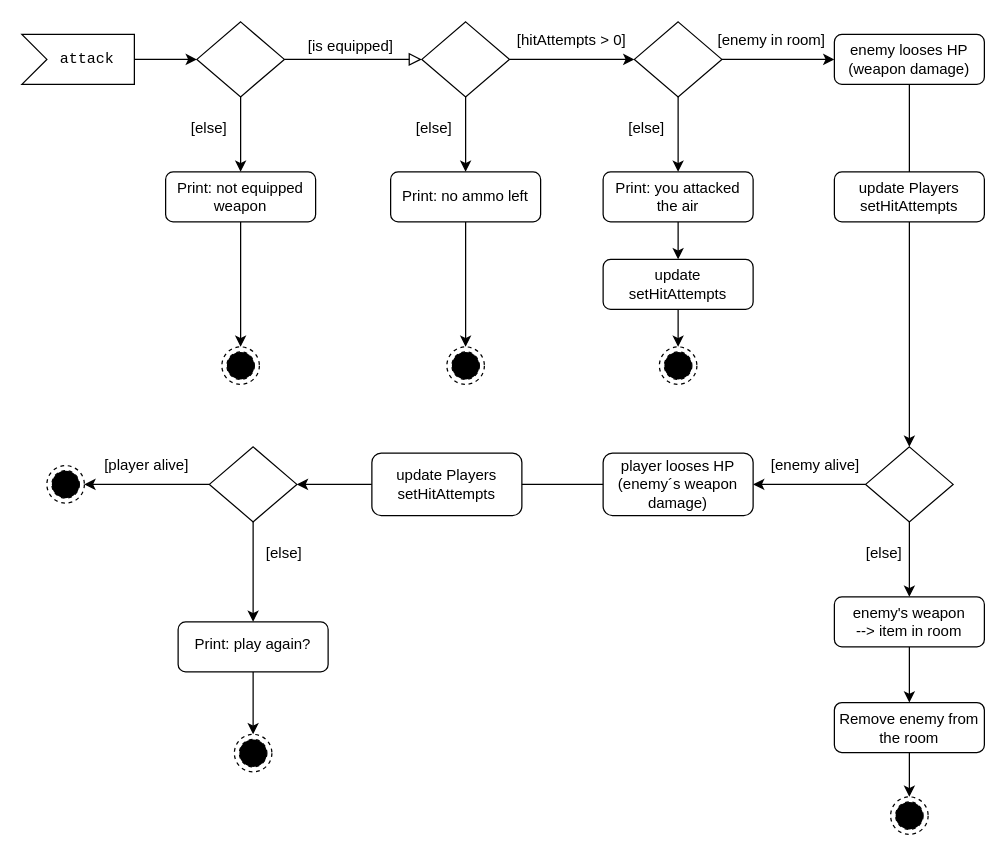
Above: Activitydiagram_attack.drawio in tomm8231/adventureGame (draw.io), before the change. Source tidied: cells renumbered, new cells numbered last; positions are measured from the earlier drawing's top-left corner, leaving out a move shared by most shapes. Both pictures are drawn from the tidied source at 125%, with x=0, y=0 at pixel (21, 21).
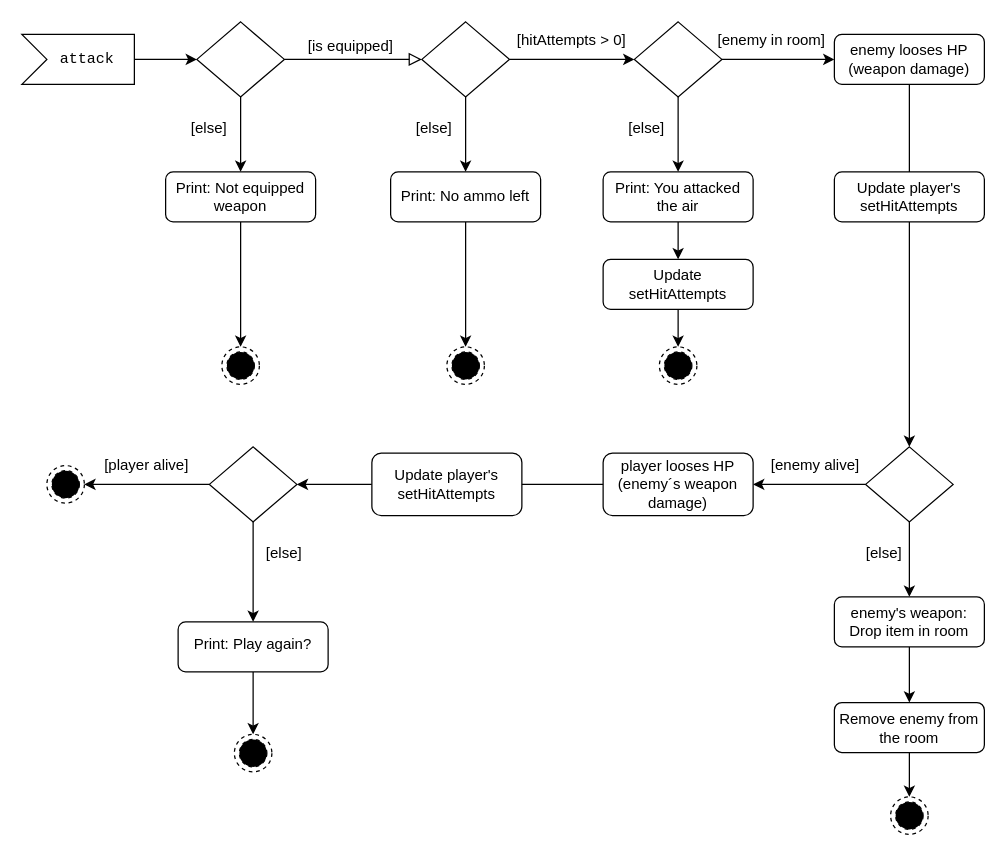
The same diagram, later.

Change to the diagram source:
```diff
@@
-    <mxCell id="9" value="Print: not equipped weapon" style="rounded=1;whiteSpace=wrap;html=1;fontSize=12;glass=0;strokeWidth=1;shadow=0;" parent="1" vertex="1">
+    <mxCell id="9" value="Print: Not equipped weapon" style="rounded=1;whiteSpace=wrap;html=1;fontSize=12;glass=0;strokeWidth=1;shadow=0;" parent="1" vertex="1">
       <mxGeometry x="115" y="120" width="120" height="40" as="geometry" />
     </mxCell>
@@
-    <mxCell id="19" value="Print: no ammo left" style="rounded=1;whiteSpace=wrap;html=1;fontSize=12;glass=0;strokeWidth=1;shadow=0;" parent="1" vertex="1">
+    <mxCell id="19" value="Print: No ammo left" style="rounded=1;whiteSpace=wrap;html=1;fontSize=12;glass=0;strokeWidth=1;shadow=0;" parent="1" vertex="1">
       <mxGeometry x="295" y="120" width="120" height="40" as="geometry" />
     </mxCell>
@@
-    <mxCell id="28" value="Print: you attacked the air" style="rounded=1;whiteSpace=wrap;html=1;fontSize=12;glass=0;strokeWidth=1;shadow=0;" parent="1" vertex="1">
+    <mxCell id="28" value="Print: You attacked the air" style="rounded=1;whiteSpace=wrap;html=1;fontSize=12;glass=0;strokeWidth=1;shadow=0;" parent="1" vertex="1">
       <mxGeometry x="465" y="120" width="120" height="40" as="geometry" />
     </mxCell>
@@
-    <mxCell id="30" value="update setHitAttempts" style="rounded=1;whiteSpace=wrap;html=1;fontSize=12;glass=0;strokeWidth=1;shadow=0;" parent="1" vertex="1">
+    <mxCell id="30" value="Update setHitAttempts" style="rounded=1;whiteSpace=wrap;html=1;fontSize=12;glass=0;strokeWidth=1;shadow=0;" parent="1" vertex="1">
       <mxGeometry x="465" y="190" width="120" height="40" as="geometry" />
     </mxCell>
@@
-    <mxCell id="36" value="enemy's weapon&lt;br&gt;--&amp;gt; item in room" style="rounded=1;whiteSpace=wrap;html=1;fontSize=12;glass=0;strokeWidth=1;shadow=0;" parent="1" vertex="1">
+    <mxCell id="36" value="enemy's weapon:&lt;br&gt;Drop item in room" style="rounded=1;whiteSpace=wrap;html=1;fontSize=12;glass=0;strokeWidth=1;shadow=0;" parent="1" vertex="1">
       <mxGeometry x="650" y="460" width="120" height="40" as="geometry" />
     </mxCell>
@@
-    <mxCell id="48" value="Print: play again?" style="rounded=1;whiteSpace=wrap;html=1;shadow=0;strokeWidth=1;spacing=6;spacingTop=-4;" parent="1" vertex="1">
+    <mxCell id="48" value="Print: Play again?" style="rounded=1;whiteSpace=wrap;html=1;shadow=0;strokeWidth=1;spacing=6;spacingTop=-4;" parent="1" vertex="1">
       <mxGeometry x="125" y="480" width="120" height="40" as="geometry" />
     </mxCell>
@@
-    <mxCell id="53" value="update Players setHitAttempts" style="rounded=1;whiteSpace=wrap;html=1;fontSize=12;glass=0;strokeWidth=1;shadow=0;" parent="1" vertex="1">
+    <mxCell id="53" value="Update player's setHitAttempts" style="rounded=1;whiteSpace=wrap;html=1;fontSize=12;glass=0;strokeWidth=1;shadow=0;" parent="1" vertex="1">
       <mxGeometry x="650" y="120" width="120" height="40" as="geometry" />
     </mxCell>
-    <mxCell id="54" value="update Players setHitAttempts" style="rounded=1;whiteSpace=wrap;html=1;fontSize=12;glass=0;strokeWidth=1;shadow=0;" parent="1" vertex="1">
+    <mxCell id="54" value="Update player's setHitAttempts" style="rounded=1;whiteSpace=wrap;html=1;fontSize=12;glass=0;strokeWidth=1;shadow=0;" parent="1" vertex="1">
       <mxGeometry x="280" y="345" width="120" height="50" as="geometry" />
     </mxCell>
```
